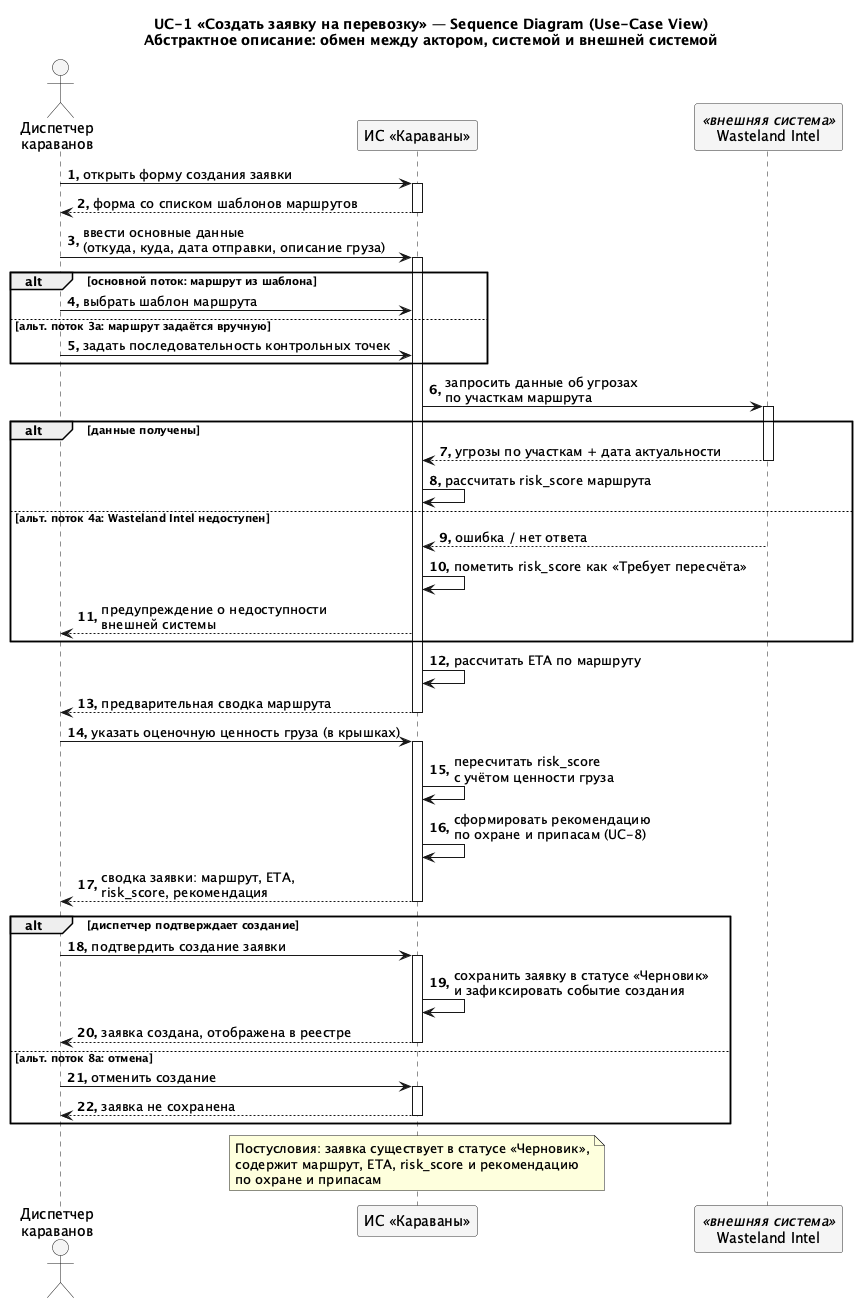
This is docs/diagrams/out/SEQ_UC1_UseCaseView.png from granikartem/MPI, a PlantUML export, as it was before one commit.
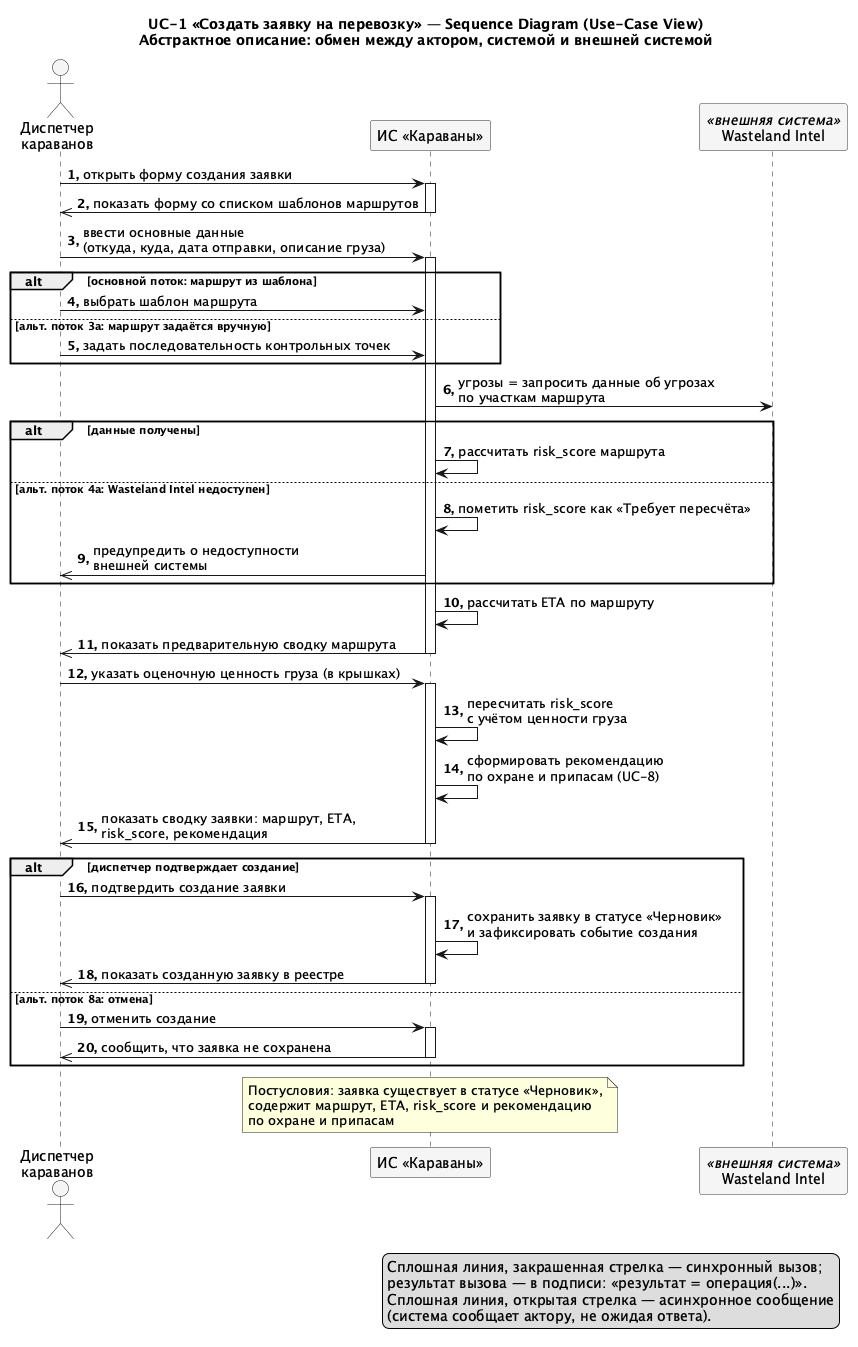
Later version of the same file.

Change to the diagram source:
```diff
@@ -14,7 +14,7 @@
 autonumber "<b>0."
 D -> S : открыть форму создания заявки
 activate S
-S --> D : форма со списком шаблонов маршрутов
+S ->> D : показать форму со списком шаблонов маршрутов
 deactivate S
 
 D -> S : ввести основные данные\n(откуда, куда, дата отправки, описание груза)
@@ -26,40 +26,36 @@
   D -> S : задать последовательность контрольных точек
 end
 
-S -> WI : запросить данные об угрозах\nпо участкам маршрута
-activate WI
+S -> WI : угрозы = запросить данные об угрозах\nпо участкам маршрута
 
 alt данные получены
-  WI --> S : угрозы по участкам + дата актуальности
-  deactivate WI
   S -> S : рассчитать risk_score маршрута
 else альт. поток 4а: Wasteland Intel недоступен
-  WI --> S : ошибка / нет ответа
   S -> S : пометить risk_score как «Требует пересчёта»
-  S --> D : предупреждение о недоступности\nвнешней системы
+  S ->> D : предупредить о недоступности\nвнешней системы
 end
 
 S -> S : рассчитать ETA по маршруту
-S --> D : предварительная сводка маршрута
+S ->> D : показать предварительную сводку маршрута
 deactivate S
 
 D -> S : указать оценочную ценность груза (в крышках)
 activate S
 S -> S : пересчитать risk_score\nс учётом ценности груза
 S -> S : сформировать рекомендацию\nпо охране и припасам (UC-8)
-S --> D : сводка заявки: маршрут, ETA,\nrisk_score, рекомендация
+S ->> D : показать сводку заявки: маршрут, ETA,\nrisk_score, рекомендация
 deactivate S
 
 alt диспетчер подтверждает создание
   D -> S : подтвердить создание заявки
   activate S
   S -> S : сохранить заявку в статусе «Черновик»\nи зафиксировать событие создания
-  S --> D : заявка создана, отображена в реестре
+  S ->> D : показать созданную заявку в реестре
   deactivate S
 else альт. поток 8а: отмена
   D -> S : отменить создание
   activate S
-  S --> D : заявка не сохранена
+  S ->> D : сообщить, что заявка не сохранена
   deactivate S
 end
 
@@ -68,4 +64,11 @@
   содержит маршрут, ETA, risk_score и рекомендацию
   по охране и припасам
 end note
+
+legend right
+  Сплошная линия, закрашенная стрелка — синхронный вызов;
+  результат вызова — в подписи: «результат = операция(...)».
+  Сплошная линия, открытая стрелка — асинхронное сообщение
+  (система сообщает актору, не ожидая ответа).
+endlegend
 @enduml
```
